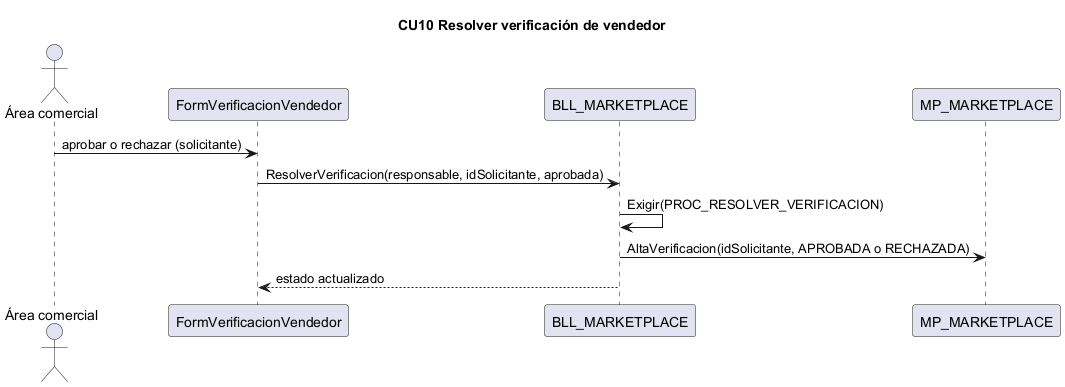
L-Muniz/uai-diploma_2026 keeps this PlantUML diagram as docs/diagramas/secuencias_png/CU10.png. Above is the earlier version.
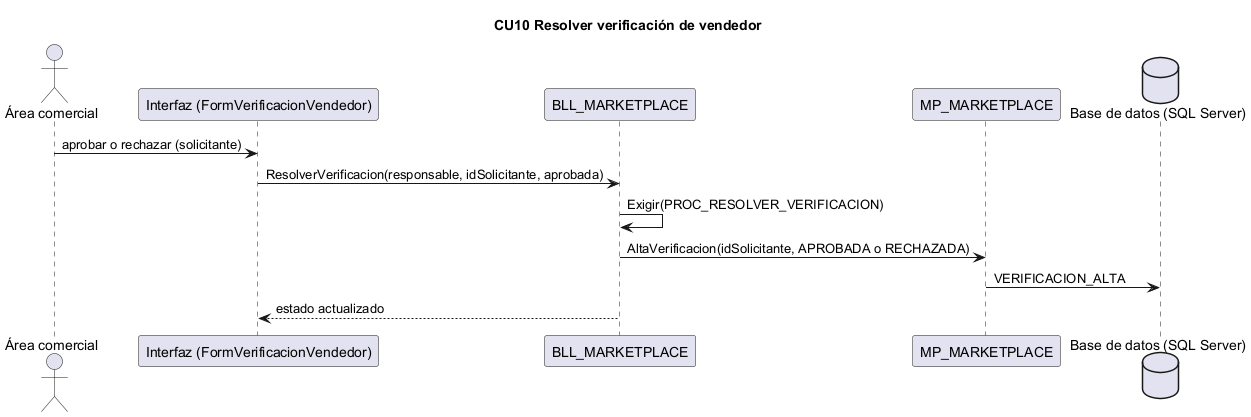
The same file after the commit.

The edit, as a diff of the source:
```diff
@@ -1,12 +1,14 @@
 @startuml CU10
 title CU10 Resolver verificación de vendedor
 actor "Área comercial" as Area
-participant "FormVerificacionVendedor" as IU
+participant "Interfaz (FormVerificacionVendedor)" as IU
 participant "BLL_MARKETPLACE" as BLL
 participant "MP_MARKETPLACE" as DAL
+database "Base de datos (SQL Server)" as BD
 Area -> IU : aprobar o rechazar (solicitante)
 IU -> BLL : ResolverVerificacion(responsable, idSolicitante, aprobada)
 BLL -> BLL : Exigir(PROC_RESOLVER_VERIFICACION)
 BLL -> DAL : AltaVerificacion(idSolicitante, APROBADA o RECHAZADA)
+DAL -> BD : VERIFICACION_ALTA
 BLL --> IU : estado actualizado
 @enduml
```
